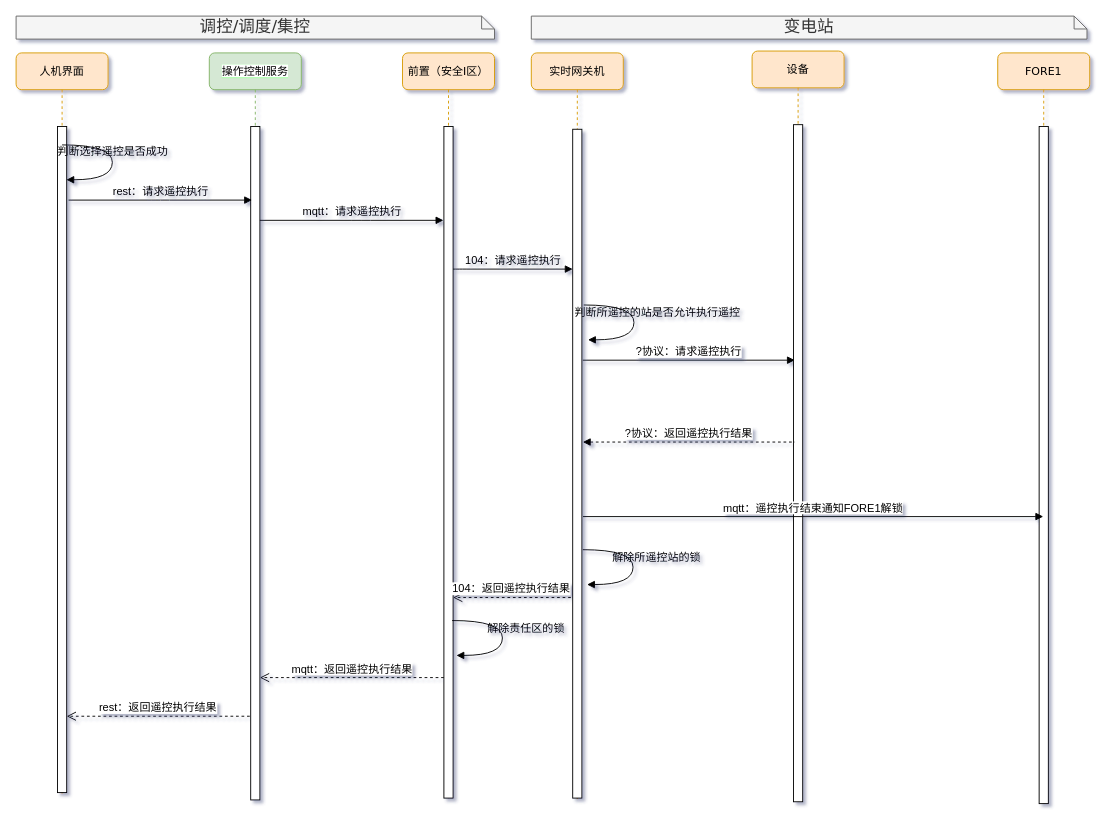
Earlier version of the draw.io diagram page "集控站遥控执行" (3 of 8) of 操作与控制.drawio (qwe995272801/taowenxiang). Source tidied: cells renumbered, new cells numbered last; positions are measured from the earlier drawing's top-left corner, leaving out a move shared by most shapes. Both pictures are drawn from the tidied source at 92%, with x=0, y=0 at pixel (16, 16).
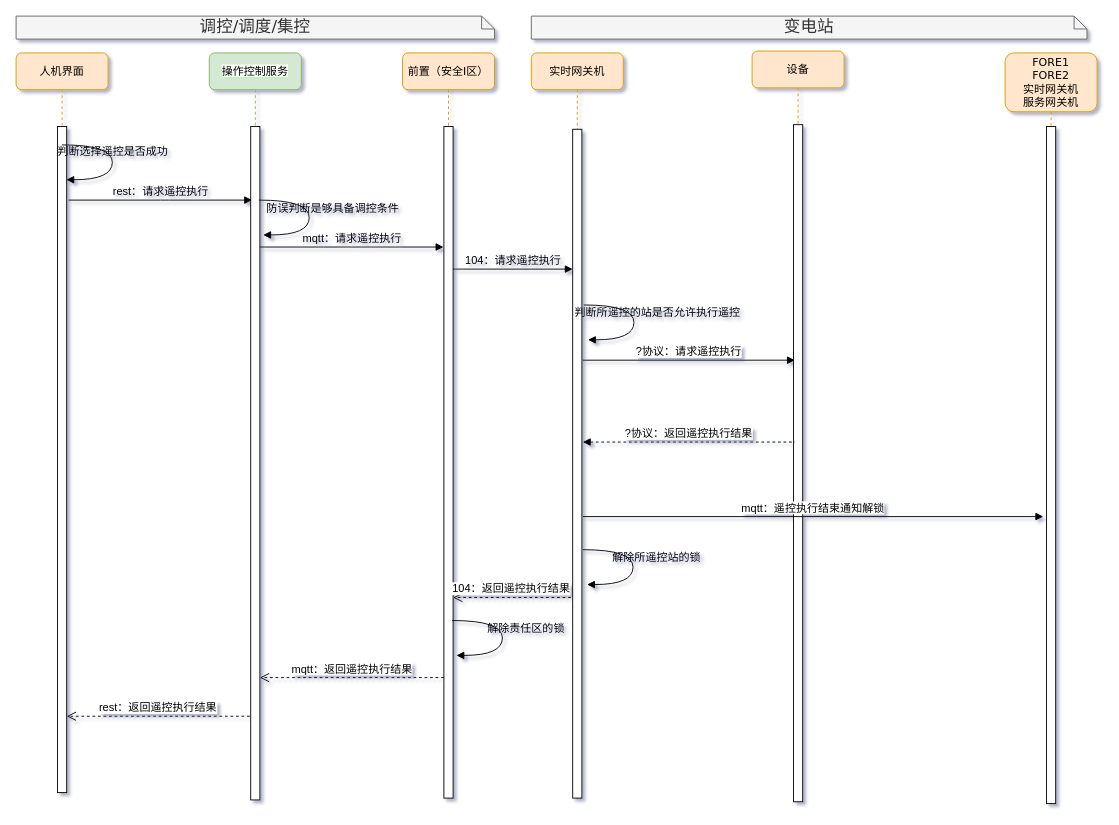
The same page after the edit.

Change to the diagram source:
```diff
@@
     <mxCell id="18" value="mqtt：请求遥控执行" style="html=1;verticalAlign=bottom;endArrow=block;labelBackgroundColor=none;fontFamily=Helvetica;fontSize=12;edgeStyle=elbowEdgeStyle;elbow=vertical;" parent="1" edge="1">
       <mxGeometry relative="1" as="geometry">
-        <mxPoint x="265" y="222" as="sourcePoint" />
-        <mxPoint x="464.5" y="222" as="targetPoint" />
+        <mxPoint x="265" y="251" as="sourcePoint" />
+        <mxPoint x="464.5" y="251" as="targetPoint" />
         <Array as="points">
-          <mxPoint x="375" y="222" />
-          <mxPoint x="215" y="272" />
-          <mxPoint x="205" y="272" />
+          <mxPoint x="375" y="251" />
+          <mxPoint x="215" y="301" />
+          <mxPoint x="205" y="301" />
         </Array>
       </mxGeometry>
     </mxCell>
@@
-    <mxCell id="26" value="FORE1" style="shape=umlLifeline;perimeter=lifelinePerimeter;whiteSpace=wrap;html=1;outlineConnect=0;rounded=1;shadow=0;comic=0;labelBackgroundColor=none;strokeWidth=1;fontFamily=Verdana;fontSize=12;align=center;fillColor=#ffe6cc;strokeColor=#d79b00;" parent="1" vertex="1">
-      <mxGeometry x="1067" y="40" width="100" height="816" as="geometry" />
-    </mxCell>
+    <mxCell id="28" value="mqtt：遥控执行结束通知解锁" style="html=1;verticalAlign=bottom;endArrow=block;fontFamily=Helvetica;fontSize=12;" parent="1" edge="1">
+      <mxGeometry relative="1" as="geometry">
+        <mxPoint x="616.2" y="544" as="sourcePoint" />
+        <mxPoint x="1116.5" y="544" as="targetPoint" />
+      </mxGeometry>
+    </mxCell>
+    <mxCell id="29" value="防误判断是够具备调控条件" style="html=1;verticalAlign=bottom;endArrow=block;labelBackgroundColor=none;fontFamily=Verdana;fontSize=12;elbow=vertical;edgeStyle=orthogonalEdgeStyle;curved=1;entryX=1;entryY=0.286;entryPerimeter=0;exitX=1.038;exitY=0.345;exitPerimeter=0;" parent="1" edge="1">
+      <mxGeometry x="0.02" y="25" relative="1" as="geometry">
+        <mxPoint x="264" y="200" as="sourcePoint" />
+        <mxPoint x="268.6" y="237.9" as="targetPoint" />
+        <Array as="points">
+          <mxPoint x="318.6" y="199.9" />
+          <mxPoint x="318.6" y="237.9" />
+        </Array>
+      </mxGeometry>
+    </mxCell>
+    <mxCell id="30" value="&lt;div&gt;FORE1&lt;/div&gt;&lt;div&gt;FORE2&lt;/div&gt;&lt;div&gt;实时网关机&lt;br&gt;&lt;/div&gt;&lt;div&gt;服务网关机&lt;/div&gt;" style="shape=umlLifeline;perimeter=lifelinePerimeter;whiteSpace=wrap;html=1;rounded=1;shadow=0;comic=0;labelBackgroundColor=none;strokeWidth=1;fontFamily=Verdana;fontSize=12;align=center;fillColor=#ffe6cc;strokeColor=#d79b00;size=64;" parent="1" vertex="1">
+      <mxGeometry x="1075" y="40" width="100" height="816" as="geometry" />
+    </mxCell>
-    <mxCell id="27" style="html=1;perimeter=orthogonalPerimeter;rounded=0;shadow=0;comic=0;labelBackgroundColor=none;strokeWidth=1;fontFamily=Helvetica;fontSize=12;align=center;" parent="26" vertex="1">
+    <mxCell id="27" style="html=1;perimeter=orthogonalPerimeter;rounded=0;shadow=0;comic=0;labelBackgroundColor=none;strokeWidth=1;fontFamily=Helvetica;fontSize=12;align=center;" parent="30" vertex="1">
       <mxGeometry x="45" y="80" width="10" height="736" as="geometry" />
     </mxCell>
-    <mxCell id="28" value="mqtt：遥控执行结束通知FORE1解锁" style="html=1;verticalAlign=bottom;endArrow=block;fontFamily=Helvetica;fontSize=12;" parent="1" edge="1" target="26">
-      <mxGeometry relative="1" as="geometry">
-        <mxPoint x="616.2" y="544" as="sourcePoint" />
-      </mxGeometry>
-    </mxCell>
```
